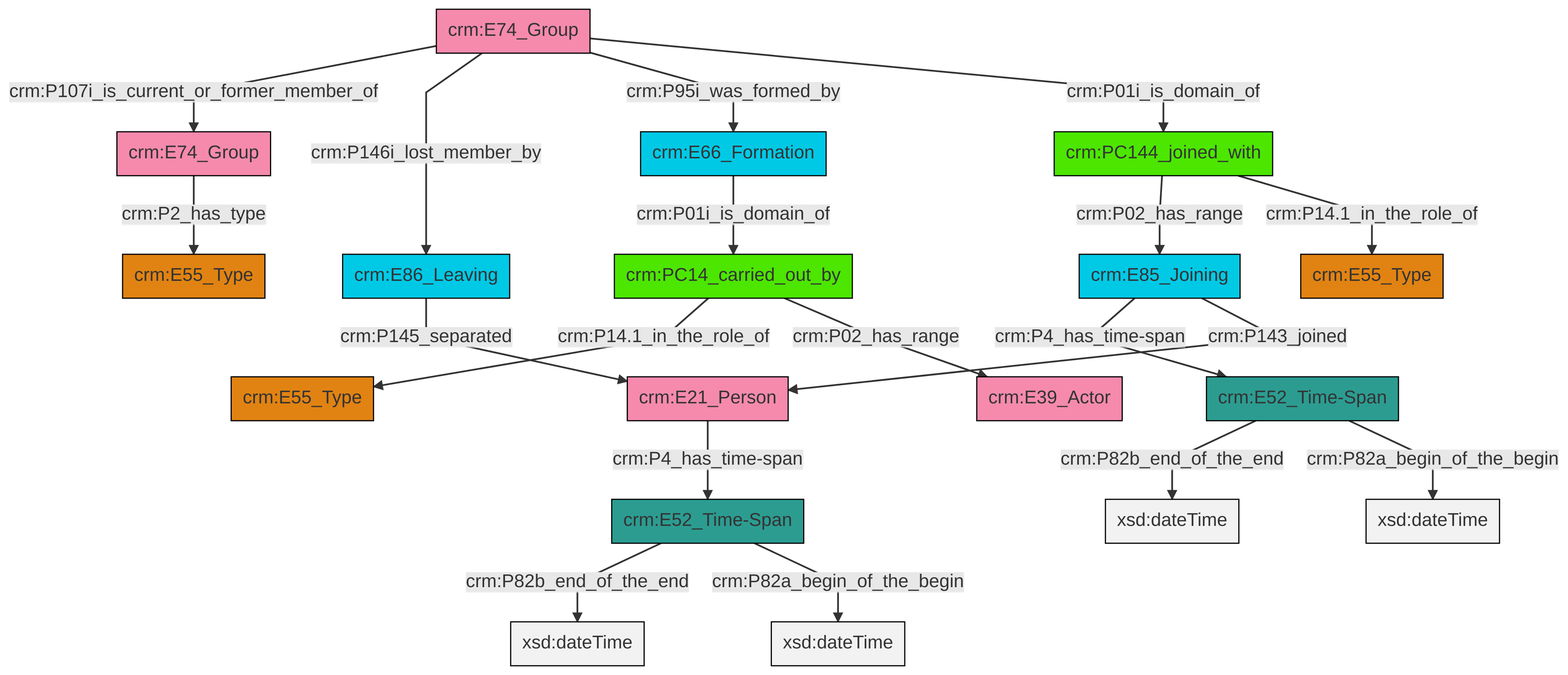
Earlier version of the Mermaid export et/groupCSV/ttl/mmd/png/group_actor_relations.png (swiss-art-research-net/docs.swissartresearch). Its source is kept beside it as et/groupCSV/ttl/mmd/group_actor_relations.ttl.mmd.
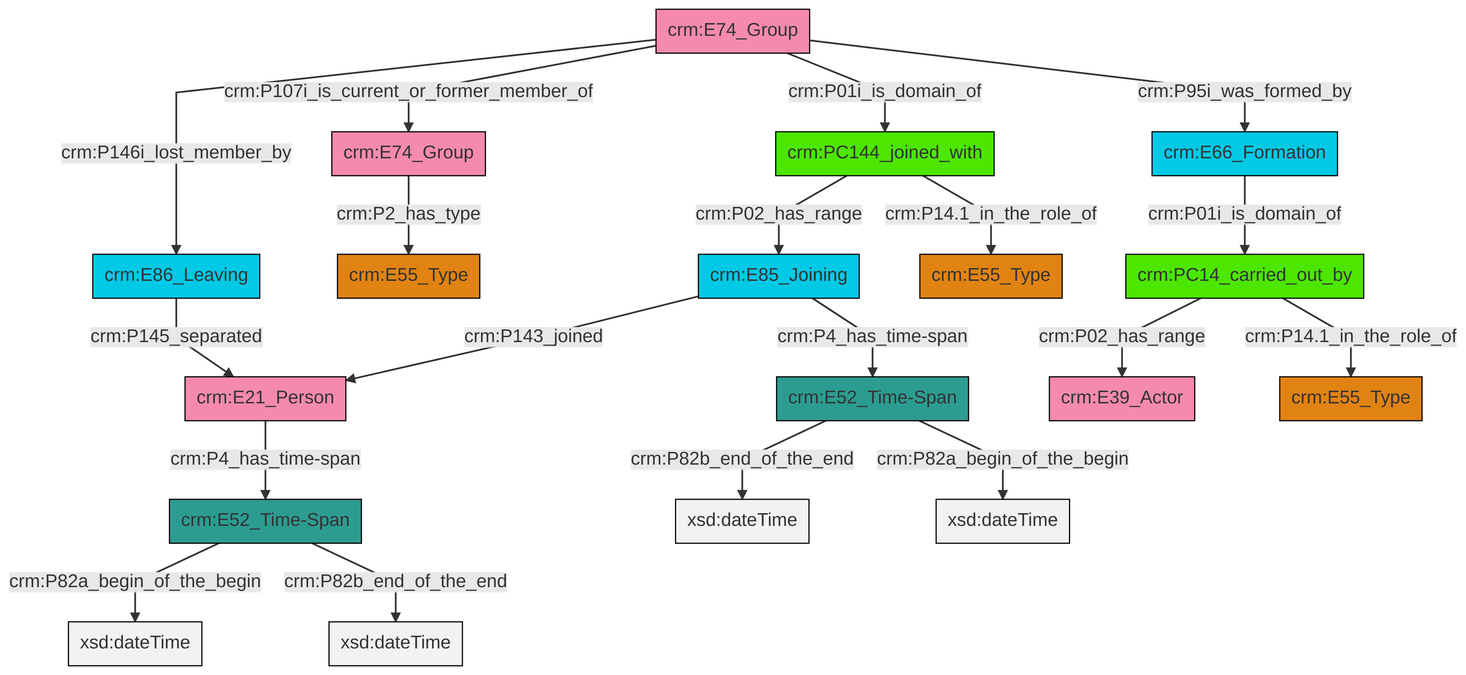
The same diagram one commit later.

The edit, as a diff of the source:
```diff
@@ -13,21 +13,21 @@
 classDef PC_Classes fill:#4ce600, stroke:#000000;
 classDef Multi fill:#cccccc,stroke:#000000;
 
-0["crm:E74_Group"]:::Actor -->|crm:P107i_is_current_or_former_member_of| 1["crm:E74_Group"]:::Actor
-0["crm:E74_Group"]:::Actor -->|crm:P146i_lost_member_by| 2["crm:E86_Leaving"]:::Temporal_Entity
-1["crm:E74_Group"]:::Actor -->|crm:P2_has_type| 3["crm:E55_Type"]:::Type
-0["crm:E74_Group"]:::Actor -->|crm:P95i_was_formed_by| 4["crm:E66_Formation"]:::Temporal_Entity
-9["crm:E85_Joining"]:::Temporal_Entity -->|crm:P4_has_time-span| 10["crm:E52_Time-Span"]:::Time-Span
-9["crm:E85_Joining"]:::Temporal_Entity -->|crm:P143_joined| 12["crm:E21_Person"]:::Actor
-12["crm:E21_Person"]:::Actor -->|crm:P4_has_time-span| 18["crm:E52_Time-Span"]:::Time-Span
-15["crm:PC144_joined_with"]:::PC_Classes -->|crm:P02_has_range| 9["crm:E85_Joining"]:::Temporal_Entity
-19["crm:PC14_carried_out_by"]:::PC_Classes -->|crm:P14.1_in_the_role_of| 7["crm:E55_Type"]:::Type
-19["crm:PC14_carried_out_by"]:::PC_Classes -->|crm:P02_has_range| 20["crm:E39_Actor"]:::Actor
-0["crm:E74_Group"]:::Actor -->|crm:P01i_is_domain_of| 15["crm:PC144_joined_with"]:::PC_Classes
-15["crm:PC144_joined_with"]:::PC_Classes -->|crm:P14.1_in_the_role_of| 5["crm:E55_Type"]:::Type
-10["crm:E52_Time-Span"]:::Time-Span -->|crm:P82b_end_of_the_end| 28[xsd:dateTime]:::Literal
-4["crm:E66_Formation"]:::Temporal_Entity -->|crm:P01i_is_domain_of| 19["crm:PC14_carried_out_by"]:::PC_Classes
-10["crm:E52_Time-Span"]:::Time-Span -->|crm:P82a_begin_of_the_begin| 30[xsd:dateTime]:::Literal
-18["crm:E52_Time-Span"]:::Time-Span -->|crm:P82b_end_of_the_end| 31[xsd:dateTime]:::Literal
-2["crm:E86_Leaving"]:::Temporal_Entity -->|crm:P145_separated| 12["crm:E21_Person"]:::Actor
-18["crm:E52_Time-Span"]:::Time-Span -->|crm:P82a_begin_of_the_begin| 33[xsd:dateTime]:::Literal
+0["crm:E66_Formation"]:::Temporal_Entity -->|crm:P01i_is_domain_of| 1["crm:PC14_carried_out_by"]:::PC_Classes
+1["crm:PC14_carried_out_by"]:::PC_Classes -->|crm:P02_has_range| 2["crm:E39_Actor"]:::Actor
+3["crm:E74_Group"]:::Actor -->|crm:P146i_lost_member_by| 4["crm:E86_Leaving"]:::Temporal_Entity
+7["crm:PC144_joined_with"]:::PC_Classes -->|crm:P02_has_range| 8["crm:E85_Joining"]:::Temporal_Entity
+3["crm:E74_Group"]:::Actor -->|crm:P107i_is_current_or_former_member_of| 9["crm:E74_Group"]:::Actor
+8["crm:E85_Joining"]:::Temporal_Entity -->|crm:P143_joined| 12["crm:E21_Person"]:::Actor
+8["crm:E85_Joining"]:::Temporal_Entity -->|crm:P4_has_time-span| 5["crm:E52_Time-Span"]:::Time-Span
+1["crm:PC14_carried_out_by"]:::PC_Classes -->|crm:P14.1_in_the_role_of| 15["crm:E55_Type"]:::Type
+16["crm:E52_Time-Span"]:::Time-Span -->|crm:P82a_begin_of_the_begin| 17[xsd:dateTime]:::Literal
+9["crm:E74_Group"]:::Actor -->|crm:P2_has_type| 10["crm:E55_Type"]:::Type
+3["crm:E74_Group"]:::Actor -->|crm:P01i_is_domain_of| 7["crm:PC144_joined_with"]:::PC_Classes
+3["crm:E74_Group"]:::Actor -->|crm:P95i_was_formed_by| 0["crm:E66_Formation"]:::Temporal_Entity
+16["crm:E52_Time-Span"]:::Time-Span -->|crm:P82b_end_of_the_end| 28[xsd:dateTime]:::Literal
+4["crm:E86_Leaving"]:::Temporal_Entity -->|crm:P145_separated| 12["crm:E21_Person"]:::Actor
+12["crm:E21_Person"]:::Actor -->|crm:P4_has_time-span| 16["crm:E52_Time-Span"]:::Time-Span
+5["crm:E52_Time-Span"]:::Time-Span -->|crm:P82b_end_of_the_end| 30[xsd:dateTime]:::Literal
+5["crm:E52_Time-Span"]:::Time-Span -->|crm:P82a_begin_of_the_begin| 32[xsd:dateTime]:::Literal
+7["crm:PC144_joined_with"]:::PC_Classes -->|crm:P14.1_in_the_role_of| 19["crm:E55_Type"]:::Type
```
